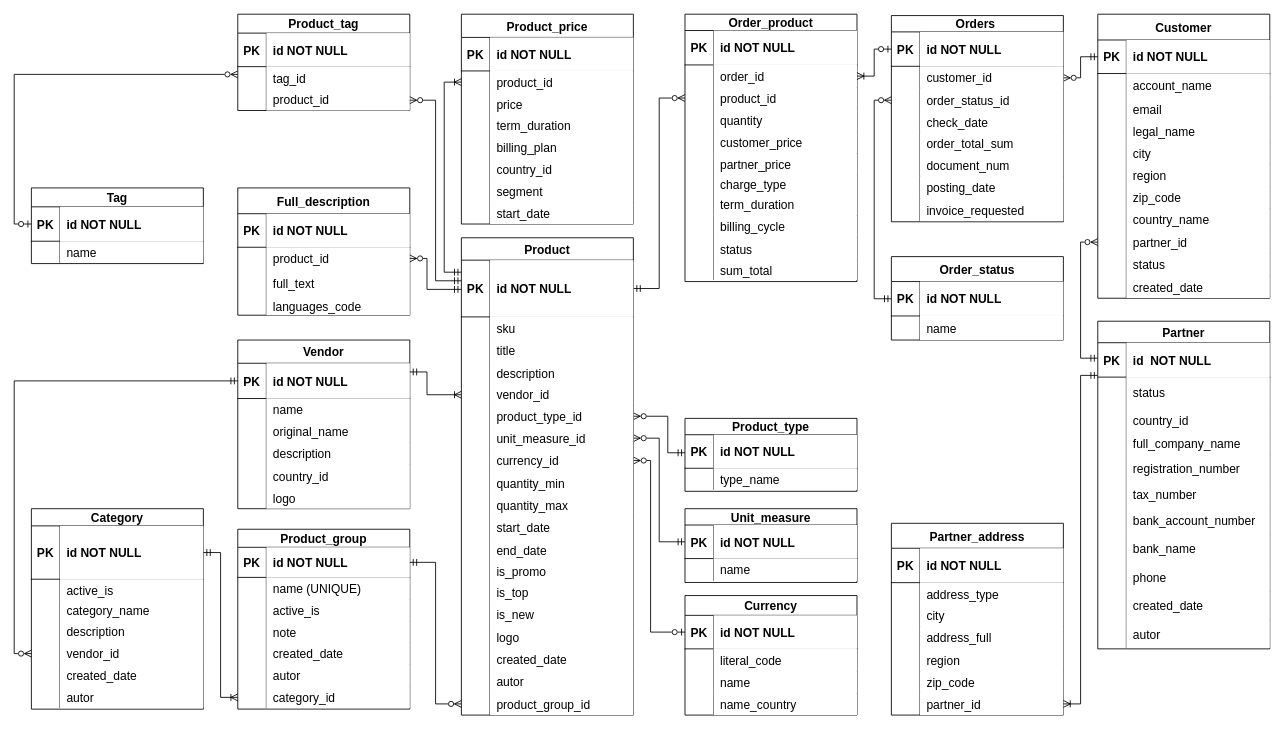
HuginnARaven/LicenseNexus keeps this draw.io diagram as page "MSSQL" (2 of 6) of diagrams.drawio. Above is the earlier version. Source tidied: cells renumbered, new cells numbered last; positions are measured from the earlier drawing's top-left corner, leaving out a move shared by most shapes. Both pictures are drawn from the tidied source at 86%, with x=0, y=0 at pixel (14, 14).
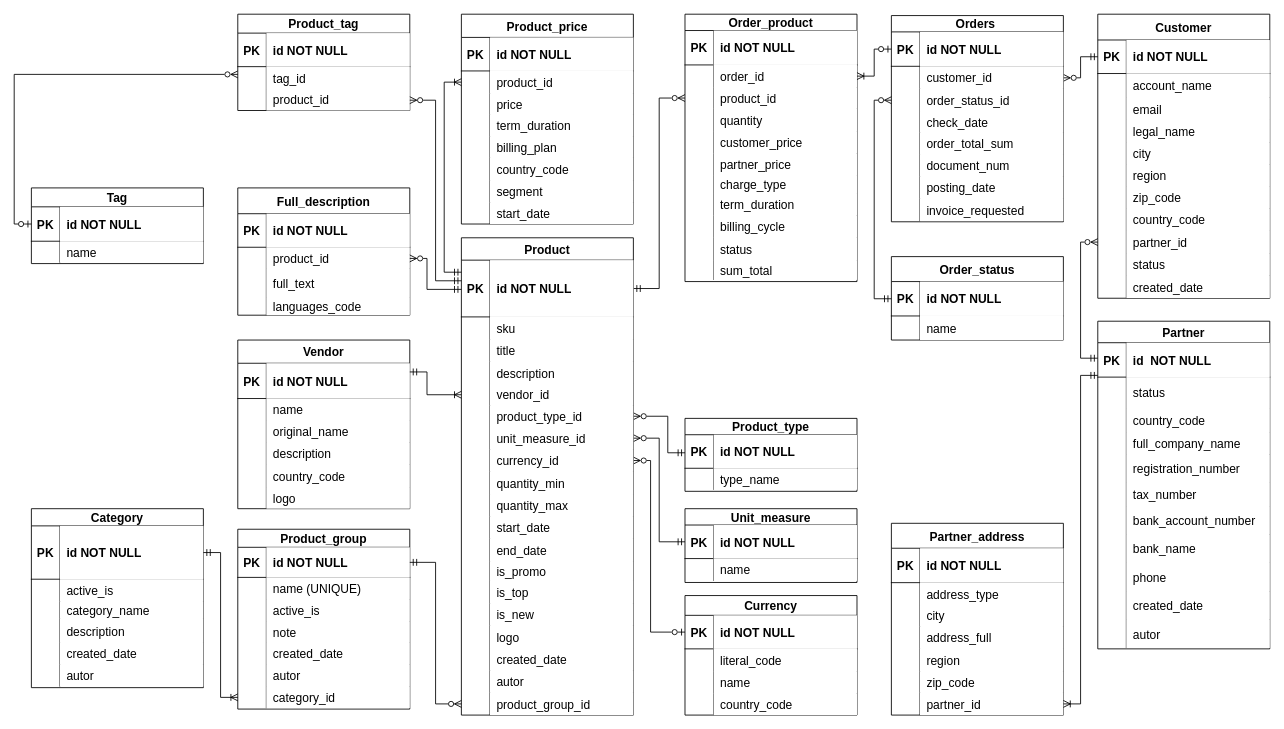
The same diagram, later.

Unchanged cells that the change refers to:
```xml
<mxCell id="81" style="shape=partialRectangle;fillColor=none;top=0;left=0;bottom=0;right=0;fontSize=14;" parent="71" vertex="1">
  <mxGeometry y="114" width="200" height="25" as="geometry" />
</mxCell>
<mxCell id="113" style="shape=partialRectangle;fillColor=none;top=0;left=0;bottom=0;right=0;fontSize=14;" parent="97" vertex="1">
  <mxGeometry y="167" width="200" height="26" as="geometry" />
</mxCell>
<mxCell id="139" style="shape=partialRectangle;fillColor=none;top=0;left=0;bottom=1;right=0;points=[[0,0.5],[1,0.5]];portConstraint=eastwest;fontSize=14;" parent="138" vertex="1">
  <mxGeometry y="27" width="200" height="41" as="geometry" />
</mxCell>
<mxCell id="151" style="shape=partialRectangle;fillColor=none;top=0;left=0;bottom=0;right=0;fontSize=14;" parent="138" vertex="1">
  <mxGeometry y="145" width="200" height="26" as="geometry" />
</mxCell>
<mxCell id="248" style="shape=partialRectangle;fillColor=none;top=0;left=0;bottom=0;right=0;fontSize=14;" parent="226" vertex="1">
  <mxGeometry y="226" width="200" height="26" as="geometry" />
</mxCell>
<mxCell id="267" style="shape=partialRectangle;fillColor=none;top=0;left=0;bottom=0;right=0;fontSize=14;" parent="260" vertex="1">
  <mxGeometry y="101" width="200" height="28" as="geometry" />
</mxCell>
```

Diff of the diagram source:
```diff
@@
     <mxCell id="33" value="Category" style="shape=table;startSize=20;childLayout=tableLayout;rowLines=0;fontStyle=1;align=center;fontSize=14;" parent="1" vertex="1">
-      <mxGeometry x="20" y="575" width="200" height="233.1" as="geometry" />
+      <mxGeometry x="20" y="575" width="200" height="208.1" as="geometry" />
     </mxCell>
@@
-    <mxCell id="46" style="shape=partialRectangle;fillColor=none;top=0;left=0;bottom=0;right=0;points=[[0,0.5],[1,0.5]];portConstraint=eastwest;fontSize=14;" parent="33" vertex="1">
-      <mxGeometry y="156" width="200" height="25" as="geometry" />
-    </mxCell>
-    <mxCell id="47" style="shape=partialRectangle;fillColor=none;top=0;left=0;bottom=0;right=0;overflow=hidden;fontSize=14;" parent="46" vertex="1">
-      <mxGeometry width="33.2" height="25" as="geometry" />
-    </mxCell>
-    <mxCell id="48" value="vendor_id" style="shape=partialRectangle;top=0;left=0;bottom=0;right=0;align=left;spacingLeft=6;overflow=hidden;fontSize=14;" parent="46" vertex="1">
-      <mxGeometry x="33.2" width="166.8" height="25" as="geometry" />
-    </mxCell>
     <mxCell id="49" style="shape=partialRectangle;fillColor=none;top=0;left=0;bottom=0;right=0;fontSize=14;" parent="33" vertex="1">
-      <mxGeometry y="181" width="200" height="25" as="geometry" />
+      <mxGeometry y="156" width="200" height="25" as="geometry" />
     </mxCell>
@@
     <mxCell id="52" style="shape=partialRectangle;fillColor=none;top=0;left=0;bottom=0;right=0;fontSize=14;" parent="33" vertex="1">
-      <mxGeometry y="206" width="200" height="26" as="geometry" />
+      <mxGeometry y="181" width="200" height="26" as="geometry" />
     </mxCell>
@@
-    <mxCell id="83" value="name_country" style="shape=partialRectangle;top=0;left=0;bottom=0;right=0;align=left;spacingLeft=6;overflow=hidden;fontSize=14;" parent="81" vertex="1">
+    <mxCell id="83" value="country_code" style="shape=partialRectangle;top=0;left=0;bottom=0;right=0;align=left;spacingLeft=6;overflow=hidden;fontSize=14;" parent="81" vertex="1">
       <mxGeometry x="33.2" width="166.8" height="25" as="geometry" />
     </mxCell>
@@
-    <mxCell id="115" value="country_id" style="shape=partialRectangle;top=0;left=0;bottom=0;right=0;align=left;spacingLeft=6;overflow=hidden;fontSize=14;" parent="113" vertex="1">
+    <mxCell id="115" value="country_code" style="shape=partialRectangle;top=0;left=0;bottom=0;right=0;align=left;spacingLeft=6;overflow=hidden;fontSize=14;" parent="113" vertex="1">
       <mxGeometry x="33.2" width="166.8" height="26" as="geometry" />
     </mxCell>
@@
-    <mxCell id="153" value="country_id" style="shape=partialRectangle;top=0;left=0;bottom=0;right=0;align=left;spacingLeft=6;overflow=hidden;fontSize=14;" parent="151" vertex="1">
+    <mxCell id="153" value="country_code" style="shape=partialRectangle;top=0;left=0;bottom=0;right=0;align=left;spacingLeft=6;overflow=hidden;fontSize=14;" parent="151" vertex="1">
       <mxGeometry x="33.2" width="166.8" height="26" as="geometry" />
     </mxCell>
@@
-    <mxCell id="250" value="country_name" style="shape=partialRectangle;top=0;left=0;bottom=0;right=0;align=left;spacingLeft=6;overflow=hidden;fontSize=14;" parent="248" vertex="1">
+    <mxCell id="250" value="country_code" style="shape=partialRectangle;top=0;left=0;bottom=0;right=0;align=left;spacingLeft=6;overflow=hidden;fontSize=14;" parent="248" vertex="1">
       <mxGeometry x="33.2" width="166.8" height="26" as="geometry" />
     </mxCell>
@@
-    <mxCell id="269" value="country_id" style="shape=partialRectangle;top=0;left=0;bottom=0;right=0;align=left;spacingLeft=6;overflow=hidden;fontSize=14;" parent="267" vertex="1">
+    <mxCell id="269" value="country_code" style="shape=partialRectangle;top=0;left=0;bottom=0;right=0;align=left;spacingLeft=6;overflow=hidden;fontSize=14;" parent="267" vertex="1">
       <mxGeometry x="33.2" width="166.8" height="28" as="geometry" />
     </mxCell>
@@
-    <mxCell id="295" style="edgeStyle=orthogonalEdgeStyle;rounded=0;jettySize=auto;html=1;exitX=0;exitY=0.5;exitDx=0;exitDy=0;entryX=0;entryY=0.5;entryDx=0;entryDy=0;startArrow=ERmandOne;startFill=0;endArrow=ERzeroToMany;endFill=0;" parent="1" edge="1" source="139" target="46">
-      <mxGeometry relative="1" as="geometry" />
-    </mxCell>
```
